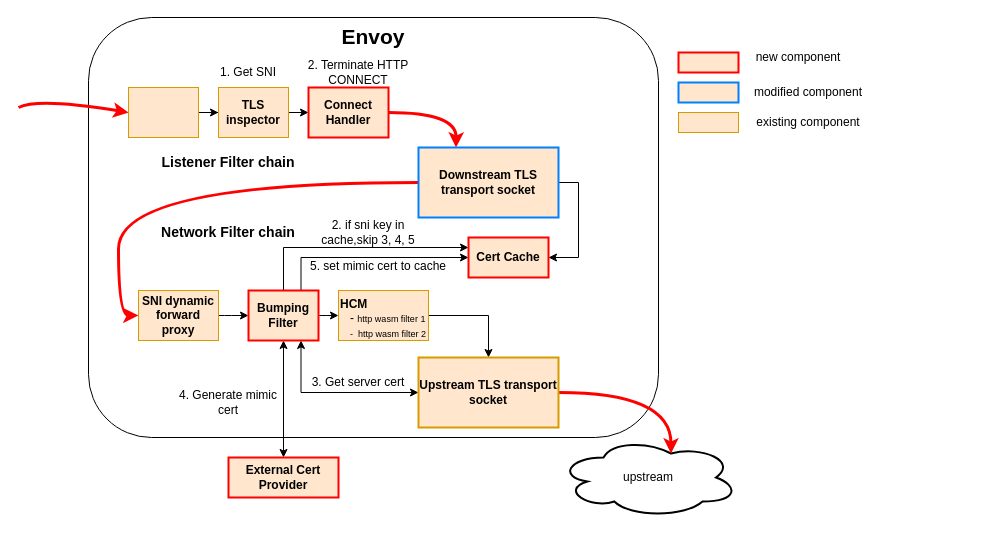
Earlier version of the draw.io diagram lifeof_bumping_request_expect.drawio (LuyaoZhong/Figures). Source tidied: cells renumbered, new cells numbered last; positions are measured from the earlier drawing's top-left corner, leaving out a move shared by most shapes. Both pictures are drawn from the tidied source at 100%, with x=0, y=0 at pixel (18, 17).
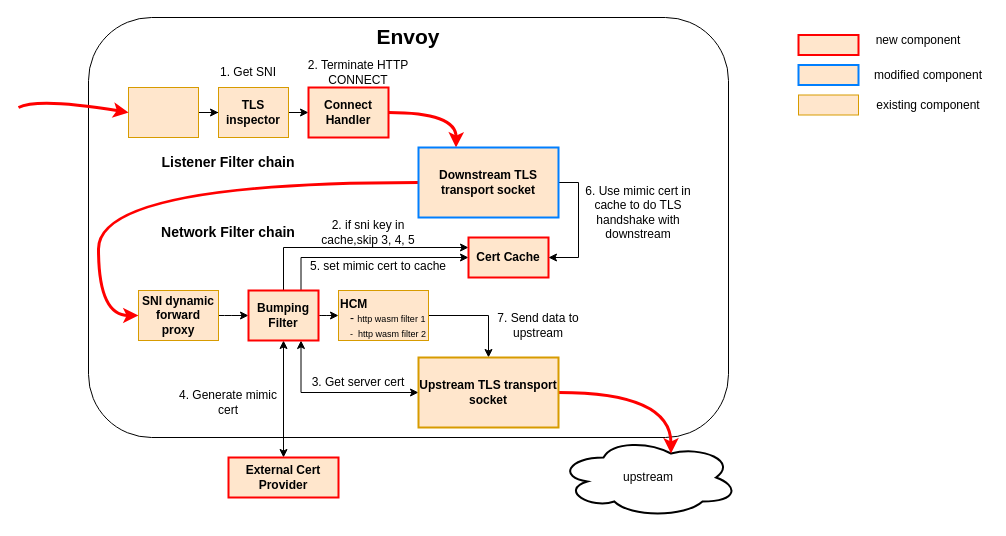
The same page after the edit.

The change refers to these unchanged cells:
```xml
<mxCell id="12" value="SNI dynamic forward proxy" style="rounded=0;whiteSpace=wrap;html=1;strokeColor=#d79b00;fillColor=#ffe6cc;fontStyle=1;" parent="1" vertex="1">
  <mxGeometry x="120" y="273" width="80" height="50" as="geometry" />
</mxCell>
<mxCell id="30" value="&lt;b style=&quot;&quot;&gt;Downstream TLS transport socket&lt;/b&gt;" style="rounded=0;whiteSpace=wrap;html=1;strokeColor=#007FFF;strokeWidth=2;fillColor=#ffe6cc;" parent="1" vertex="1">
  <mxGeometry x="400" y="130" width="140" height="70" as="geometry" />
</mxCell>
```

Diff of the diagram source:
```diff
@@
     <mxCell id="2" value="&lt;font style=&quot;font-size: 21px&quot;&gt;&lt;b&gt;Envoy&lt;/b&gt;&lt;/font&gt;" style="rounded=1;whiteSpace=wrap;html=1;strokeColor=#000000;verticalAlign=top;" parent="1" vertex="1">
-      <mxGeometry x="70" width="570" height="420" as="geometry" />
+      <mxGeometry x="70" width="640" height="420" as="geometry" />
     </mxCell>
@@
     <mxCell id="10" style="edgeStyle=orthogonalEdgeStyle;curved=1;rounded=0;jettySize=auto;html=1;entryX=0;entryY=0.5;entryDx=0;entryDy=0;fontSize=9;strokeWidth=3;strokeColor=#FF0000;exitX=0;exitY=0.5;exitDx=0;exitDy=0;" parent="1" edge="1" source="30" target="12">
-      <mxGeometry relative="1" as="geometry" />
+      <mxGeometry relative="1" as="geometry">
+        <Array as="points">
+          <mxPoint x="80" y="165" />
+          <mxPoint x="80" y="298" />
+        </Array>
+      </mxGeometry>
     </mxCell>
@@
     <mxCell id="27" style="rounded=0;whiteSpace=wrap;html=1;fillColor=#ffe6cc;strokeColor=#FF0000;strokeWidth=2;" parent="1" vertex="1">
-      <mxGeometry x="660" y="35" width="60" height="20" as="geometry" />
+      <mxGeometry x="780" y="17.5" width="60" height="20" as="geometry" />
     </mxCell>
     <mxCell id="28" value="new component" style="text;html=1;strokeColor=none;fillColor=none;align=center;verticalAlign=middle;whiteSpace=wrap;rounded=0;" parent="1" vertex="1">
-      <mxGeometry x="730" y="25" width="100" height="30" as="geometry" />
+      <mxGeometry x="850" y="7.5" width="100" height="30" as="geometry" />
     </mxCell>
@@
     <mxCell id="31" style="rounded=0;whiteSpace=wrap;html=1;strokeColor=#007FFF;strokeWidth=2;fillColor=#ffe6cc;" parent="1" vertex="1">
-      <mxGeometry x="660" y="65" width="60" height="20" as="geometry" />
+      <mxGeometry x="780" y="47.5" width="60" height="20" as="geometry" />
     </mxCell>
     <mxCell id="32" value="modified component" style="text;html=1;strokeColor=none;fillColor=none;align=center;verticalAlign=middle;whiteSpace=wrap;rounded=0;" parent="1" vertex="1">
-      <mxGeometry x="730" y="60" width="120" height="30" as="geometry" />
+      <mxGeometry x="850" y="42.5" width="120" height="30" as="geometry" />
     </mxCell>
     <mxCell id="33" style="rounded=0;whiteSpace=wrap;html=1;strokeColor=#d79b00;fillColor=#ffe6cc;" parent="1" vertex="1">
-      <mxGeometry x="660" y="95" width="60" height="20" as="geometry" />
+      <mxGeometry x="780" y="77.5" width="60" height="20" as="geometry" />
     </mxCell>
     <mxCell id="34" value="existing component" style="text;html=1;strokeColor=none;fillColor=none;align=center;verticalAlign=middle;whiteSpace=wrap;rounded=0;" parent="1" vertex="1">
-      <mxGeometry x="730" y="90" width="120" height="30" as="geometry" />
+      <mxGeometry x="850" y="72.5" width="120" height="30" as="geometry" />
     </mxCell>
@@
+    <mxCell id="42" value="6. Use mimic cert in cache to do TLS handshake with downstream" style="text;html=1;strokeColor=none;fillColor=none;align=center;verticalAlign=middle;whiteSpace=wrap;rounded=0;" parent="1" vertex="1">
+      <mxGeometry x="560" y="180" width="120" height="30" as="geometry" />
+    </mxCell>
+    <mxCell id="43" value="7. Send data to upstream" style="text;html=1;strokeColor=none;fillColor=none;align=center;verticalAlign=middle;whiteSpace=wrap;rounded=0;" parent="1" vertex="1">
+      <mxGeometry x="460" y="293" width="120" height="30" as="geometry" />
+    </mxCell>
```
